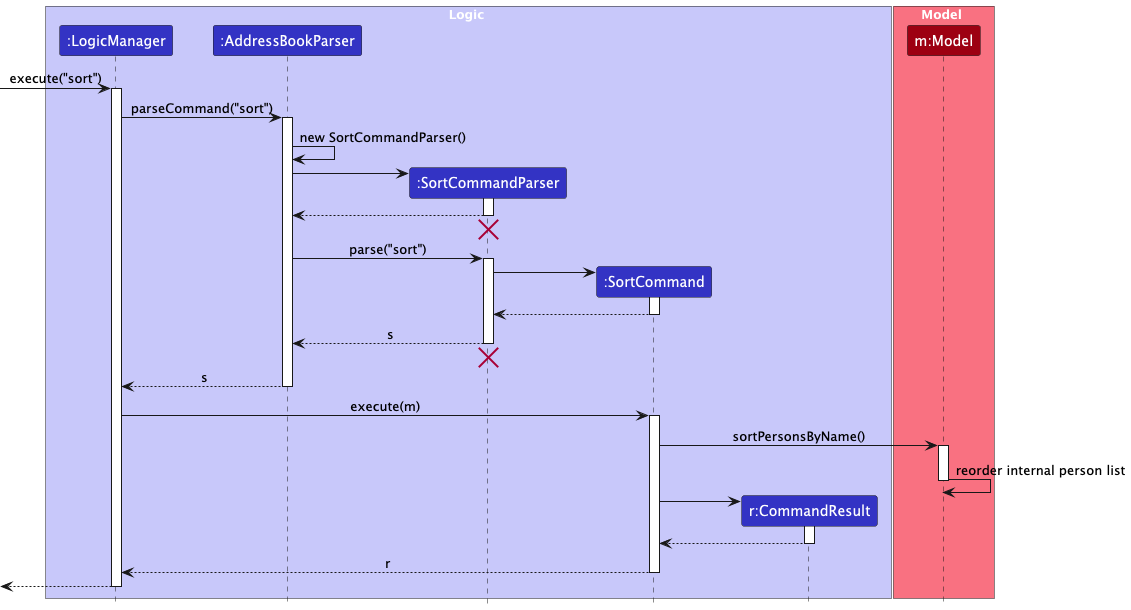
The PlantUML diagram docs/images/SortSequenceDiagram.png in boinkkitty/tp, before a commit. The source it was exported from:
```plantuml
@startuml
!include style.puml
skinparam ArrowFontStyle plain


box Logic LOGIC_COLOR_T1
participant ":LogicManager" as LogicManager LOGIC_COLOR
participant ":AddressBookParser" as AddressBookParser LOGIC_COLOR
participant ":SortCommandParser" as SortCommandParser LOGIC_COLOR
participant ":SortCommand" as SortCommand LOGIC_COLOR
participant "r:CommandResult" as CommandResult LOGIC_COLOR
end box


box Model MODEL_COLOR_T1
participant "m:Model" as Model MODEL_COLOR
end box

[-> LogicManager : execute("sort")
activate LogicManager

LogicManager -> AddressBookParser: parseCommand("sort")
activate AddressBookParser

AddressBookParser -> AddressBookParser: new SortCommandParser()
create SortCommandParser
AddressBookParser -> SortCommandParser
activate SortCommandParser

SortCommandParser --> AddressBookParser
deactivate SortCommandParser

SortCommandParser -[hidden]-> AddressBookParser

destroy SortCommandParser

AddressBookParser -> SortCommandParser: parse("sort")

activate SortCommandParser

create SortCommand
SortCommandParser -> SortCommand
activate SortCommand

SortCommand --> SortCommandParser
deactivate SortCommand

SortCommandParser --> AddressBookParser : s
deactivate SortCommandParser
SortCommandParser -[hidden]-> AddressBookParser
destroy SortCommandParser

AddressBookParser --> LogicManager : s
deactivate AddressBookParser

LogicManager -> SortCommand : execute(m)
activate SortCommand

SortCommand -> Model : sortPersonsByName()
activate Model

Model -> Model : reorder internal person list
deactivate Model

create CommandResult
SortCommand -> CommandResult
activate CommandResult

CommandResult --> SortCommand
deactivate CommandResult

SortCommand --> LogicManager : r
deactivate SortCommand

[<--LogicManager
deactivate LogicManager
@enduml
```
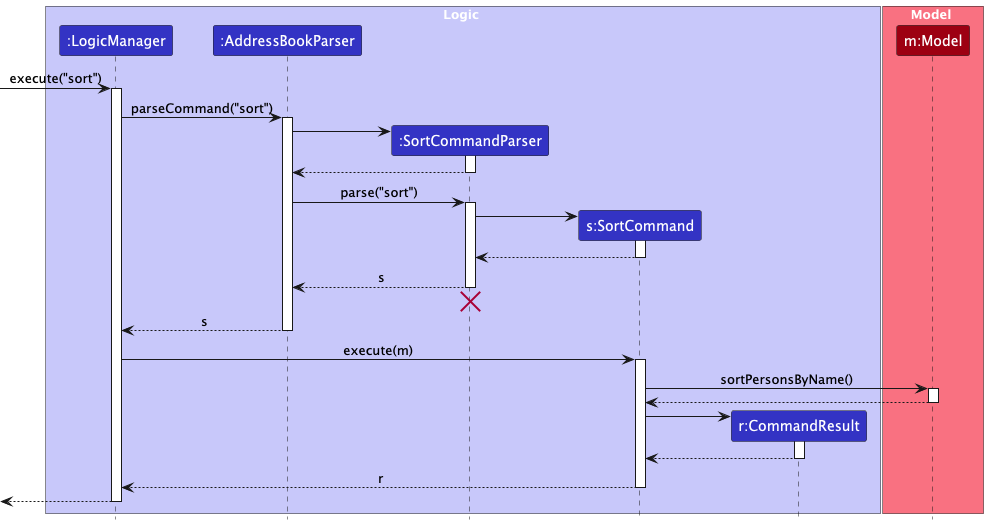
After the commit.

The edit, as a diff of the source:
```diff
@@ -7,7 +7,7 @@
 participant ":LogicManager" as LogicManager LOGIC_COLOR
 participant ":AddressBookParser" as AddressBookParser LOGIC_COLOR
 participant ":SortCommandParser" as SortCommandParser LOGIC_COLOR
-participant ":SortCommand" as SortCommand LOGIC_COLOR
+participant "s:SortCommand" as SortCommand LOGIC_COLOR
 participant "r:CommandResult" as CommandResult LOGIC_COLOR
 end box
 
@@ -22,7 +22,6 @@
 LogicManager -> AddressBookParser: parseCommand("sort")
 activate AddressBookParser
 
-AddressBookParser -> AddressBookParser: new SortCommandParser()
 create SortCommandParser
 AddressBookParser -> SortCommandParser
 activate SortCommandParser
@@ -30,9 +29,6 @@
 SortCommandParser --> AddressBookParser
 deactivate SortCommandParser
 
-SortCommandParser -[hidden]-> AddressBookParser
-
-destroy SortCommandParser
 
 AddressBookParser -> SortCommandParser: parse("sort")
 
@@ -58,8 +54,7 @@
 
 SortCommand -> Model : sortPersonsByName()
 activate Model
-
-Model -> Model : reorder internal person list
+Model --> SortCommand
 deactivate Model
 
 create CommandResult
```
